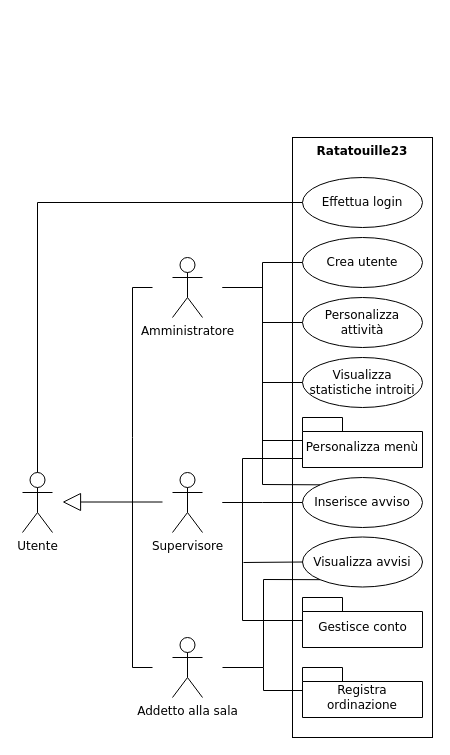
vittorioruggiero/Progetto-IngSw keeps this draw.io diagram as Documentazione/UseCaseDiagram Ratatouille23.drawio. Above is the earlier version. Source tidied: cells renumbered, new cells numbered last; positions are measured from the earlier drawing's top-left corner, leaving out a move shared by most shapes. Both pictures are drawn from the tidied source at 100%, with x=0, y=0 at pixel (22, 137).
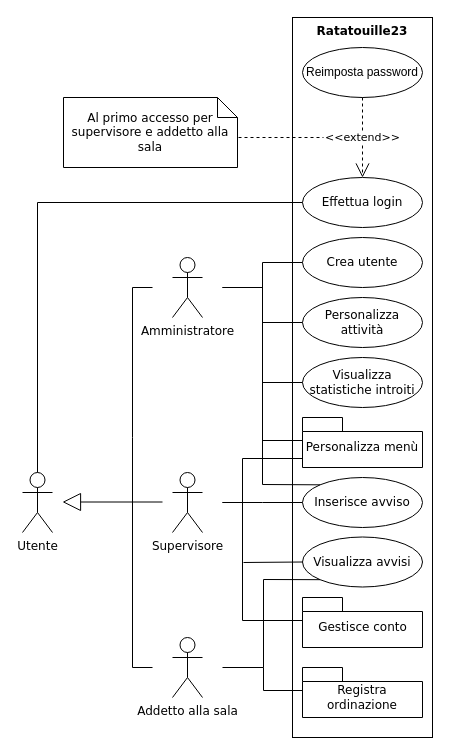
The same diagram, later.

Unchanged cells that the change refers to:
```xml
<mxCell id="10" value="Effettua login" style="ellipse;whiteSpace=wrap;html=1;fontFamily=Verdana;" parent="1" vertex="1">
  <mxGeometry x="280" y="40" width="120" height="50" as="geometry" />
</mxCell>
```

The edit, as a diff of the source:
```diff
@@
     <mxCell id="9" style="rounded=0;whiteSpace=wrap;html=1;fontFamily=Verdana;" parent="1" vertex="1">
-      <mxGeometry x="270" width="140" height="600" as="geometry" />
+      <mxGeometry x="270" y="-120" width="140" height="720" as="geometry" />
     </mxCell>
@@
     <mxCell id="11" value="Ratatouille23" style="text;align=center;fontStyle=1;verticalAlign=middle;spacingLeft=3;spacingRight=3;strokeColor=none;fontFamily=Verdana;" parent="1" vertex="1">
-      <mxGeometry x="300" width="80" height="26" as="geometry" />
+      <mxGeometry x="300" y="-120" width="80" height="26" as="geometry" />
     </mxCell>
@@
+    <mxCell id="32" value="Reimposta password" style="ellipse;whiteSpace=wrap;html=1;" parent="1" vertex="1">
+      <mxGeometry x="280" y="-90" width="120" height="50" as="geometry" />
+    </mxCell>
+    <mxCell id="33" value="&amp;lt;&amp;lt;extend&amp;gt;&amp;gt;" style="endArrow=open;endSize=12;dashed=1;html=1;rounded=0;exitX=0.5;exitY=1;exitDx=0;exitDy=0;entryX=0.5;entryY=0;entryDx=0;entryDy=0;fontFamily=Verdana;" parent="1" edge="1" source="32" target="10">
+      <mxGeometry relative="1" as="geometry" />
+    </mxCell>
+    <mxCell id="34" value="Al primo accesso per supervisore e addetto alla sala" style="shape=note;size=20;whiteSpace=wrap;html=1;fontFamily=Verdana;" parent="1" vertex="1">
+      <mxGeometry x="41" y="-40" width="174" height="70" as="geometry" />
+    </mxCell>
+    <mxCell id="35" style="endArrow=none;dashed=1;html=1;rounded=0;fontFamily=Verdana;" parent="1" edge="1">
+      <mxGeometry relative="1" as="geometry">
+        <mxPoint x="216" as="sourcePoint" />
+        <mxPoint x="301" as="targetPoint" />
+      </mxGeometry>
+    </mxCell>
```
